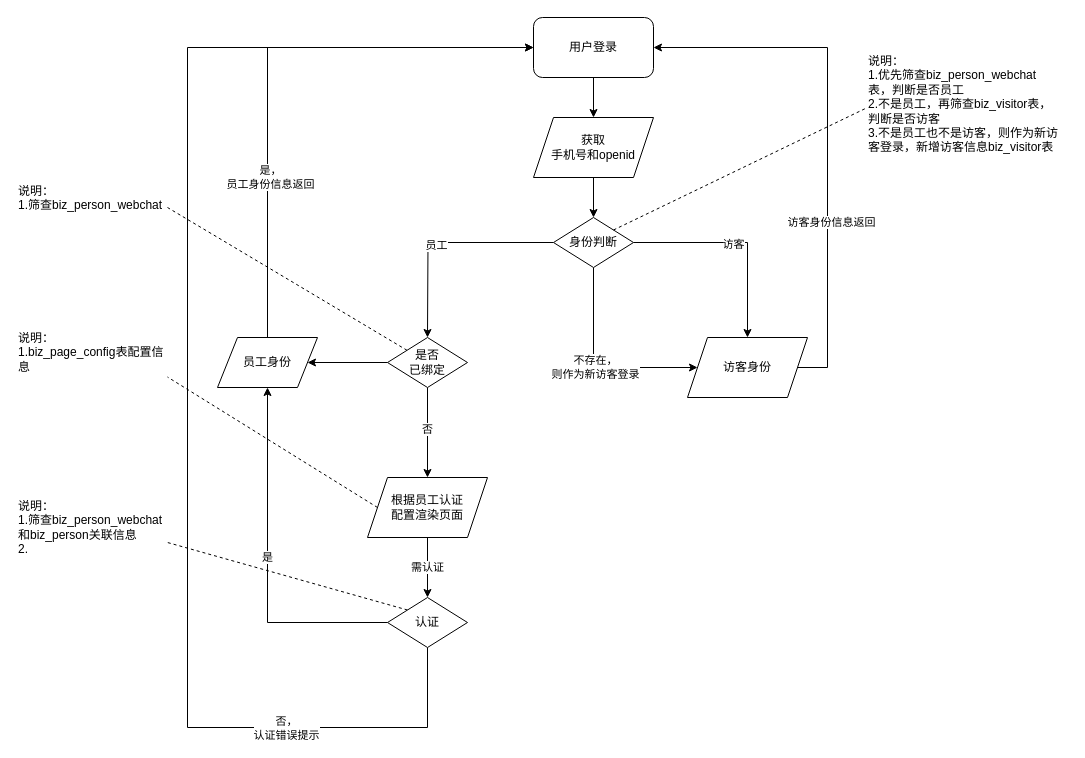
The draw.io diagram page "小程序登录相关流程" (1 of 12) of 访客迭代3.7.1-平台和小程序和设备交互流程.drawio in chwnjianhui/draw.io, before the edit. Source tidied: cells renumbered, new cells numbered last; positions are measured from the earlier drawing's top-left corner, leaving out a move shared by most shapes. Both pictures are drawn from the tidied source at 100%, with x=0, y=0 at pixel (17, 17).
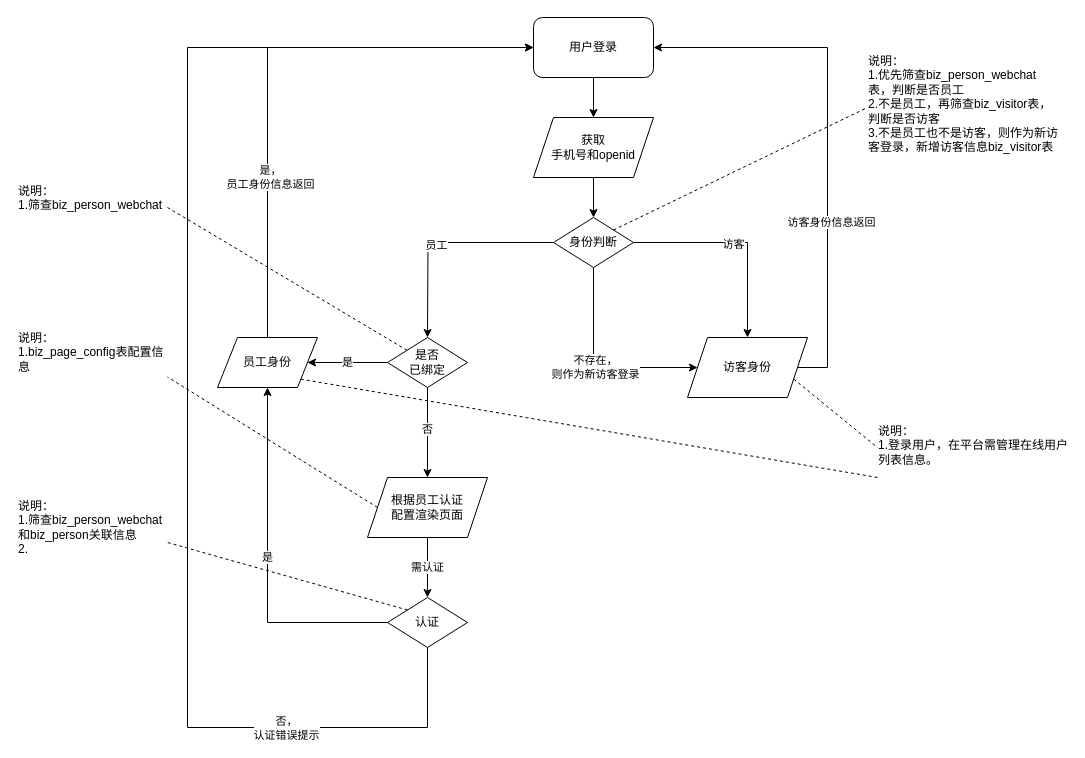
The same page after the edit.

Commit message:
更新访客迭代3.7.1-平台和小程序和设备交互流程.drawio

The change refers to these unchanged cells:
```xml
<mxCell id="17" value="是否&lt;br&gt;已绑定" style="rhombus;whiteSpace=wrap;html=1;" parent="1" vertex="1">
  <mxGeometry x="370" y="320" width="80" height="50" as="geometry" />
</mxCell>
<mxCell id="29" value="访客身份" style="shape=parallelogram;perimeter=parallelogramPerimeter;whiteSpace=wrap;html=1;fixedSize=1;" parent="1" vertex="1">
  <mxGeometry x="670" y="320" width="120" height="60" as="geometry" />
</mxCell>
<mxCell id="32" value="员工身份" style="shape=parallelogram;perimeter=parallelogramPerimeter;whiteSpace=wrap;html=1;fixedSize=1;" parent="1" vertex="1">
  <mxGeometry x="200" y="320" width="100" height="50" as="geometry" />
</mxCell>
```

The edit, as a diff of the source:
```diff
@@
-    <mxCell id="16" style="edgeStyle=orthogonalEdgeStyle;rounded=0;jettySize=auto;html=1;" parent="1" edge="1" source="17" target="32">
+    <mxCell id="16" value="是" style="edgeStyle=orthogonalEdgeStyle;rounded=0;jettySize=auto;html=1;" parent="1" edge="1" source="17" target="32">
       <mxGeometry relative="1" as="geometry" />
     </mxCell>
@@
+    <mxCell id="37" style="endArrow=none;dashed=1;html=1;rounded=0;exitX=1;exitY=0.75;exitDx=0;exitDy=0;entryX=0;entryY=0.25;entryDx=0;entryDy=0;" parent="1" edge="1" source="29" target="39">
+      <mxGeometry relative="1" as="geometry" />
+    </mxCell>
+    <mxCell id="38" style="endArrow=none;dashed=1;html=1;rounded=0;exitX=1;exitY=1;exitDx=0;exitDy=0;entryX=0;entryY=0.5;entryDx=0;entryDy=0;" parent="1" edge="1" source="32" target="39">
+      <mxGeometry relative="1" as="geometry" />
+    </mxCell>
+    <mxCell id="39" value="说明：&lt;br&gt;1.登录用户，在平台需管理在线用户列表信息。" style="text;html=1;strokeColor=none;fillColor=none;spacing=1;spacingTop=1;whiteSpace=wrap;overflow=hidden;rounded=0;" parent="1" vertex="1">
+      <mxGeometry x="860" y="400" width="190" height="120" as="geometry" />
+    </mxCell>
```
